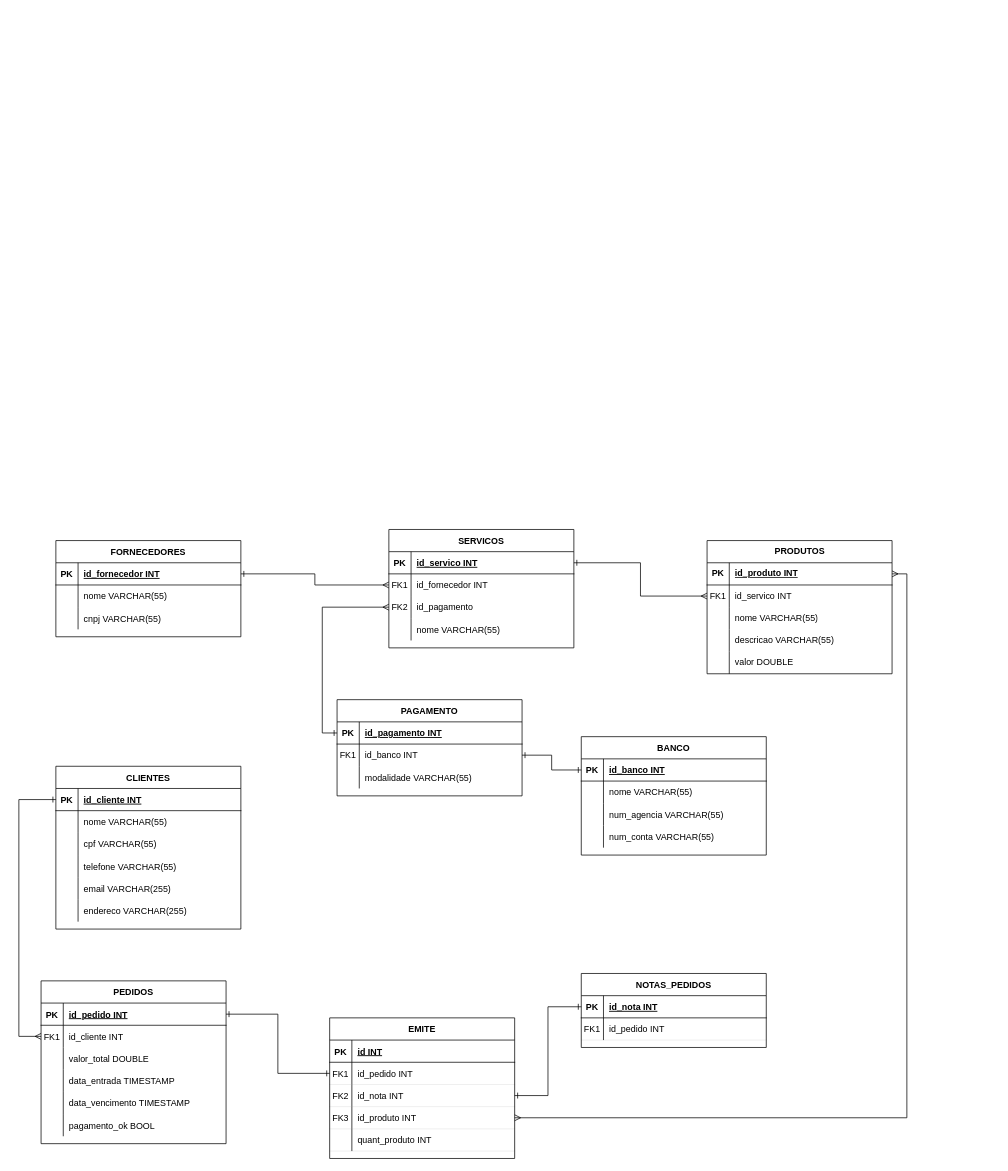
Above: agência_de_turismo.drawio in GustavoSouza123/ERDs (draw.io), before the change. Source tidied: cells renumbered, new cells numbered last; positions are measured from the earlier drawing's top-left corner, leaving out a move shared by most shapes. Both pictures are drawn from the tidied source at 74%, with x=0, y=0 at pixel (18, 529).
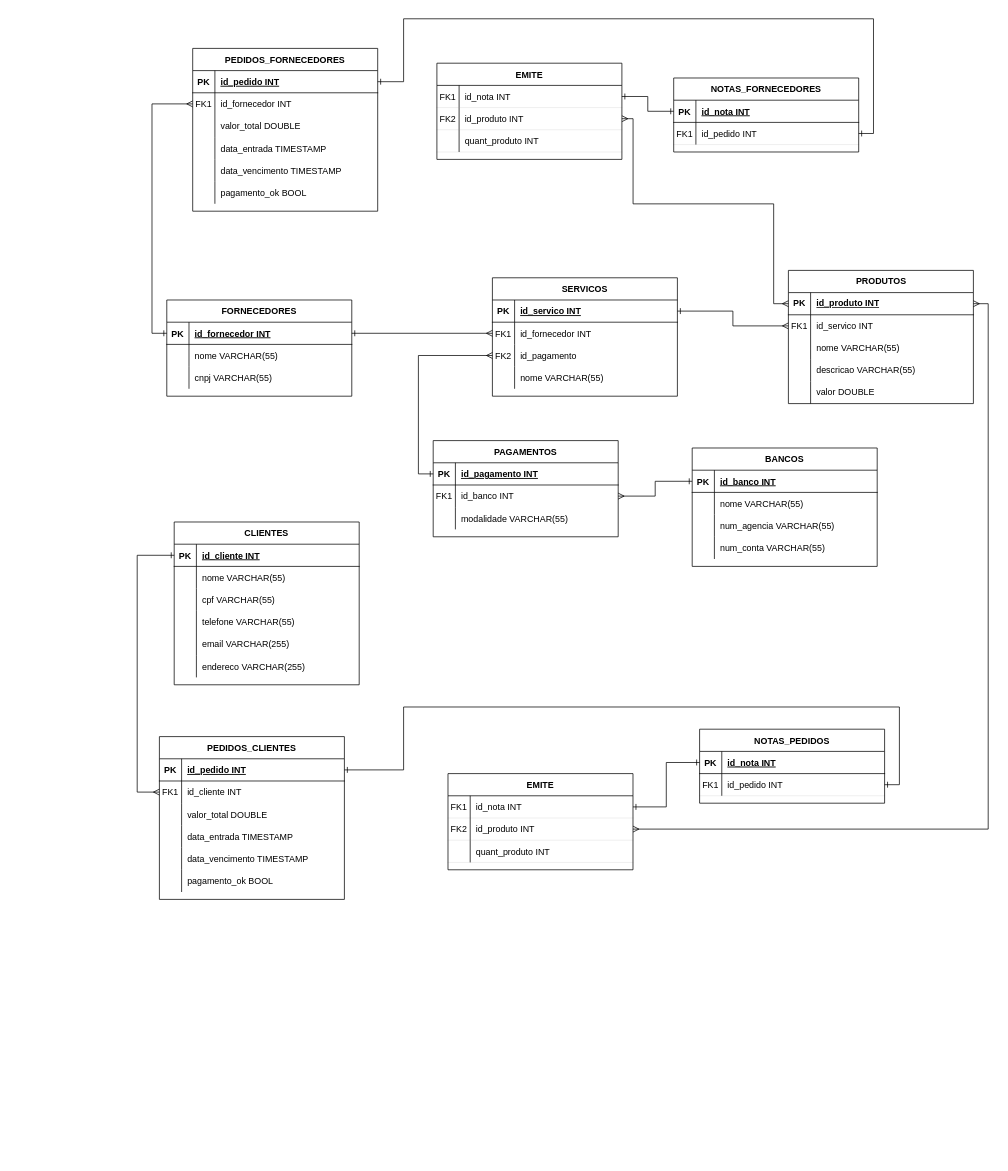
Above is the later version.

Commit message:
fix: pedidos dos fornecedores - agência_de_turismo.drawio

Unchanged cells that the change refers to:
```xml
<mxCell id="3" style="shape=partialRectangle;fillColor=none;points=[[0,0.5],[1,0.5]];portConstraint=eastwest;top=0;left=0;right=0;bottom=1;" parent="2" vertex="1">
  <mxGeometry y="30" width="250" height="30" as="geometry" />
</mxCell>
<mxCell id="26" style="shape=partialRectangle;fillColor=none;points=[[0,0.5],[1,0.5]];portConstraint=eastwest;top=0;left=0;right=0;bottom=1;" parent="25" vertex="1">
  <mxGeometry y="30" width="250" height="30" as="geometry" />
</mxCell>
<mxCell id="48" style="shape=partialRectangle;fillColor=none;points=[[0,0.5],[1,0.5]];portConstraint=eastwest;top=0;left=0;right=0;bottom=0;" parent="44" vertex="1">
  <mxGeometry y="60" width="250" height="30" as="geometry" />
</mxCell>
<mxCell id="58" style="shape=partialRectangle;fillColor=none;points=[[0,0.5],[1,0.5]];portConstraint=eastwest;top=0;left=0;right=0;bottom=1;strokeWidth=0;" parent="54" vertex="1">
  <mxGeometry y="60" width="250" height="30" as="geometry" />
</mxCell>
<mxCell id="62" style="shape=partialRectangle;fillColor=none;points=[[0,0.5],[1,0.5]];portConstraint=eastwest;top=0;left=0;right=0;bottom=1;" parent="61" vertex="1">
  <mxGeometry y="30" width="250" height="30" as="geometry" />
</mxCell>
<mxCell id="75" style="shape=tableRow;horizontal=0;startSize=0;swimlaneHead=0;swimlaneBody=0;fillColor=none;points=[[0,0.5],[1,0.5]];portConstraint=eastwest;top=0;left=0;right=0;bottom=1;" parent="74" vertex="1">
  <mxGeometry y="30" width="250" height="30" as="geometry" />
</mxCell>
<mxCell id="91" style="shape=partialRectangle;fillColor=none;points=[[0,0.5],[1,0.5]];portConstraint=eastwest;top=0;left=0;right=0;bottom=1;" parent="90" vertex="1">
  <mxGeometry y="30" width="250" height="30" as="geometry" />
</mxCell>
<mxCell id="94" style="shape=partialRectangle;fillColor=none;points=[[0,0.5],[1,0.5]];portConstraint=eastwest;top=0;left=0;right=0;bottom=0;" parent="90" vertex="1">
  <mxGeometry y="60" width="250" height="30" as="geometry" />
</mxCell>
```

Change to the diagram source:
```diff
@@
     <mxCell id="2" value="FORNECEDORES" style="shape=table;startSize=30;childLayout=tableLayout;rowLines=0;fontStyle=1;align=center;" parent="1" vertex="1">
-      <mxGeometry x="50" y="15" width="250" height="130" as="geometry" />
+      <mxGeometry x="199.9" y="-310.1" width="250" height="130" as="geometry" />
     </mxCell>
@@
     <mxCell id="12" value="SERVICOS" style="shape=table;startSize=30;childLayout=tableLayout;rowLines=0;fontStyle=1;align=center;" parent="1" vertex="1">
-      <mxGeometry x="500" width="250" height="160" as="geometry" />
+      <mxGeometry x="639.9" y="-340.1" width="250" height="160" as="geometry" />
     </mxCell>
@@
     <mxCell id="25" value="CLIENTES" style="shape=table;startSize=30;childLayout=tableLayout;rowLines=0;fontStyle=1;align=center;" parent="1" vertex="1">
-      <mxGeometry x="50" y="320" width="250" height="220" as="geometry" />
+      <mxGeometry x="209.9" y="-10.1" width="250" height="220" as="geometry" />
     </mxCell>
@@
-    <mxCell id="44" value="PAGAMENTO" style="shape=table;startSize=30;childLayout=tableLayout;rowLines=0;fontStyle=1;align=center;" parent="1" vertex="1">
-      <mxGeometry x="430" y="230" width="250" height="130" as="geometry" />
+    <mxCell id="44" value="PAGAMENTOS" style="shape=table;startSize=30;childLayout=tableLayout;rowLines=0;fontStyle=1;align=center;" parent="1" vertex="1">
+      <mxGeometry x="559.9" y="-120.1" width="250" height="130" as="geometry" />
     </mxCell>
@@
     <mxCell id="54" value="NOTAS_PEDIDOS" style="shape=table;startSize=30;childLayout=tableLayout;rowLines=0;fontStyle=1;align=center;" parent="1" vertex="1">
-      <mxGeometry x="760" y="600" width="250" height="100" as="geometry" />
+      <mxGeometry x="919.9" y="269.9" width="250" height="100" as="geometry" />
     </mxCell>
@@
-    <mxCell id="61" value="BANCO" style="shape=table;startSize=30;childLayout=tableLayout;rowLines=0;fontStyle=1;align=center;" parent="1" vertex="1">
-      <mxGeometry x="760" y="280" width="250" height="160" as="geometry" />
+    <mxCell id="61" value="BANCOS" style="shape=table;startSize=30;childLayout=tableLayout;rowLines=0;fontStyle=1;align=center;" parent="1" vertex="1">
+      <mxGeometry x="909.9" y="-110.1" width="250" height="160" as="geometry" />
     </mxCell>
@@
     <mxCell id="74" value="PRODUTOS" style="shape=table;startSize=30;childLayout=tableLayout;rowLines=0;fontStyle=1;align=center;html=1;" parent="1" vertex="1">
-      <mxGeometry x="930" y="15" width="250" height="180" as="geometry" />
+      <mxGeometry x="1039.9" y="-350.1" width="250" height="180" as="geometry" />
     </mxCell>
@@
-    <mxCell id="90" value="PEDIDOS" style="shape=table;startSize=30;childLayout=tableLayout;rowLines=0;fontStyle=1;align=center;" parent="1" vertex="1">
-      <mxGeometry x="30" y="610" width="250" height="220" as="geometry" />
+    <mxCell id="90" value="PEDIDOS_CLIENTES" style="shape=table;startSize=30;childLayout=tableLayout;rowLines=0;fontStyle=1;align=center;" parent="1" vertex="1">
+      <mxGeometry x="189.9" y="279.9" width="250" height="220" as="geometry" />
     </mxCell>
@@
     <mxCell id="109" style="edgeStyle=orthogonalEdgeStyle;rounded=0;jettySize=auto;html=1;exitX=0;exitY=0.5;exitDx=0;exitDy=0;entryX=0;entryY=0.5;entryDx=0;entryDy=0;startArrow=ERone;startFill=0;endArrow=ERmany;endFill=0;" parent="1" edge="1" source="26" target="94">
       <mxGeometry relative="1" as="geometry">
         <Array as="points">
-          <mxPoint y="365" />
-          <mxPoint y="685" />
+          <mxPoint x="159.9" y="34.9" />
+          <mxPoint x="159.9" y="354.9" />
         </Array>
       </mxGeometry>
     </mxCell>
@@
-    <mxCell id="113" style="edgeStyle=orthogonalEdgeStyle;rounded=0;jettySize=auto;html=1;exitX=1;exitY=0.5;exitDx=0;exitDy=0;entryX=0;entryY=0.5;entryDx=0;entryDy=0;startArrow=ERone;startFill=0;endArrow=ERone;endFill=0;" parent="1" edge="1" source="48" target="62">
+    <mxCell id="113" style="edgeStyle=orthogonalEdgeStyle;rounded=0;jettySize=auto;html=1;exitX=1;exitY=0.5;exitDx=0;exitDy=0;entryX=0;entryY=0.5;entryDx=0;entryDy=0;startArrow=ERmany;startFill=0;endArrow=ERone;endFill=0;" parent="1" edge="1" source="48" target="62">
       <mxGeometry relative="1" as="geometry" />
     </mxCell>
     <mxCell id="114" value="EMITE" style="shape=table;startSize=30;childLayout=tableLayout;rowLines=0;fontStyle=1;align=center;" parent="1" vertex="1">
-      <mxGeometry x="420" y="660" width="250" height="190" as="geometry" />
+      <mxGeometry x="579.9" y="329.9" width="250" height="130" as="geometry" />
     </mxCell>
-    <mxCell id="115" style="shape=partialRectangle;fillColor=none;top=0;left=0;right=0;bottom=1;" parent="114" vertex="1">
-      <mxGeometry y="30" width="250" height="30" as="geometry" />
-    </mxCell>
-    <mxCell id="116" value="PK" style="shape=partialRectangle;overflow=hidden;fillColor=none;top=0;left=0;bottom=0;right=0;fontStyle=1;" parent="115" vertex="1">
-      <mxGeometry width="30" height="30" as="geometry" />
-    </mxCell>
-    <mxCell id="117" value="id INT" style="shape=partialRectangle;overflow=hidden;fillColor=none;top=0;left=0;bottom=0;right=0;align=left;spacingLeft=6;fontStyle=5;" parent="115" vertex="1">
-      <mxGeometry x="30" width="220" height="30" as="geometry" />
-    </mxCell>
-    <mxCell id="118" style="shape=partialRectangle;fillColor=none;points=[[0,0.5],[1,0.5]];portConstraint=eastwest;top=0;left=0;right=0;bottom=1;strokeWidth=0;" parent="114" vertex="1">
-      <mxGeometry y="60" width="250" height="30" as="geometry" />
-    </mxCell>
-    <mxCell id="119" value="FK1" style="shape=partialRectangle;overflow=hidden;fillColor=none;top=0;left=0;bottom=0;right=0;fontStyle=0;" parent="118" vertex="1">
-      <mxGeometry width="30" height="30" as="geometry" />
-    </mxCell>
-    <mxCell id="120" value="id_pedido INT" style="shape=partialRectangle;overflow=hidden;fillColor=none;top=0;left=0;bottom=0;right=0;align=left;spacingLeft=6;fontStyle=0;" parent="118" vertex="1">
-      <mxGeometry x="30" width="220" height="30" as="geometry" />
-    </mxCell>
     <mxCell id="121" style="shape=partialRectangle;fillColor=none;points=[[0,0.5],[1,0.5]];portConstraint=eastwest;top=0;left=0;right=0;bottom=1;strokeWidth=0;" parent="114" vertex="1">
-      <mxGeometry y="90" width="250" height="30" as="geometry" />
+      <mxGeometry y="30" width="250" height="30" as="geometry" />
     </mxCell>
-    <mxCell id="122" value="FK2" style="shape=partialRectangle;overflow=hidden;fillColor=none;top=0;left=0;bottom=0;right=0;fontStyle=0;" parent="121" vertex="1">
+    <mxCell id="122" value="FK1" style="shape=partialRectangle;overflow=hidden;fillColor=none;top=0;left=0;bottom=0;right=0;fontStyle=0;" parent="121" vertex="1">
       <mxGeometry width="30" height="30" as="geometry" />
     </mxCell>
@@
     <mxCell id="124" style="shape=partialRectangle;fillColor=none;points=[[0,0.5],[1,0.5]];portConstraint=eastwest;top=0;left=0;right=0;bottom=1;strokeWidth=0;" parent="114" vertex="1">
-      <mxGeometry y="120" width="250" height="30" as="geometry" />
+      <mxGeometry y="60" width="250" height="30" as="geometry" />
     </mxCell>
-    <mxCell id="125" value="FK3" style="shape=partialRectangle;overflow=hidden;fillColor=none;top=0;left=0;bottom=0;right=0;fontStyle=0;" parent="124" vertex="1">
+    <mxCell id="125" value="FK2" style="shape=partialRectangle;overflow=hidden;fillColor=none;top=0;left=0;bottom=0;right=0;fontStyle=0;" parent="124" vertex="1">
       <mxGeometry width="30" height="30" as="geometry" />
     </mxCell>
@@
     <mxCell id="127" style="shape=partialRectangle;fillColor=none;top=0;left=0;right=0;bottom=1;strokeWidth=0;" parent="114" vertex="1">
-      <mxGeometry y="150" width="250" height="30" as="geometry" />
+      <mxGeometry y="90" width="250" height="30" as="geometry" />
     </mxCell>
@@
-    <mxCell id="130" style="edgeStyle=orthogonalEdgeStyle;rounded=0;jettySize=auto;html=1;exitX=1;exitY=0.5;exitDx=0;exitDy=0;endArrow=ERone;endFill=0;startArrow=ERone;startFill=0;" parent="1" edge="1" source="91" target="118">
-      <mxGeometry relative="1" as="geometry" />
-    </mxCell>
@@
+    <mxCell id="133" value="PEDIDOS_FORNECEDORES" style="shape=table;startSize=30;childLayout=tableLayout;rowLines=0;fontStyle=1;align=center;" parent="1" vertex="1">
+      <mxGeometry x="234.9" y="-650.1" width="250" height="220" as="geometry" />
+    </mxCell>
+    <mxCell id="134" style="shape=partialRectangle;fillColor=none;points=[[0,0.5],[1,0.5]];portConstraint=eastwest;top=0;left=0;right=0;bottom=1;" parent="133" vertex="1">
+      <mxGeometry y="30" width="250" height="30" as="geometry" />
+    </mxCell>
+    <mxCell id="135" value="PK" style="shape=partialRectangle;overflow=hidden;fillColor=none;top=0;left=0;bottom=0;right=0;fontStyle=1;" parent="134" vertex="1">
+      <mxGeometry width="30" height="30" as="geometry" />
+    </mxCell>
+    <mxCell id="136" value="id_pedido INT" style="shape=partialRectangle;overflow=hidden;fillColor=none;top=0;left=0;bottom=0;right=0;align=left;spacingLeft=6;fontStyle=5;" parent="134" vertex="1">
+      <mxGeometry x="30" width="220" height="30" as="geometry" />
+    </mxCell>
+    <mxCell id="137" style="shape=partialRectangle;fillColor=none;points=[[0,0.5],[1,0.5]];portConstraint=eastwest;top=0;left=0;right=0;bottom=0;" parent="133" vertex="1">
+      <mxGeometry y="60" width="250" height="30" as="geometry" />
+    </mxCell>
+    <mxCell id="138" value="FK1" style="shape=partialRectangle;overflow=hidden;fillColor=none;top=0;left=0;bottom=0;right=0;" parent="137" vertex="1">
+      <mxGeometry width="30" height="30" as="geometry" />
+    </mxCell>
+    <mxCell id="139" value="id_fornecedor INT" style="shape=partialRectangle;overflow=hidden;fillColor=none;top=0;left=0;bottom=0;right=0;align=left;spacingLeft=6;" parent="137" vertex="1">
+      <mxGeometry x="30" width="220" height="30" as="geometry" />
+    </mxCell>
+    <mxCell id="140" style="shape=partialRectangle;fillColor=none;top=0;left=0;right=0;bottom=0;" parent="133" vertex="1">
+      <mxGeometry y="90" width="250" height="30" as="geometry" />
+    </mxCell>
+    <mxCell id="141" style="shape=partialRectangle;overflow=hidden;fillColor=none;top=0;left=0;bottom=0;right=0;" parent="140" vertex="1">
+      <mxGeometry width="30" height="30" as="geometry" />
+    </mxCell>
+    <mxCell id="142" value="valor_total DOUBLE" style="shape=partialRectangle;overflow=hidden;fillColor=none;top=0;left=0;bottom=0;right=0;align=left;spacingLeft=6;" parent="140" vertex="1">
+      <mxGeometry x="30" width="220" height="30" as="geometry" />
+    </mxCell>
+    <mxCell id="143" style="shape=partialRectangle;fillColor=none;top=0;left=0;right=0;bottom=0;" parent="133" vertex="1">
+      <mxGeometry y="120" width="250" height="30" as="geometry" />
+    </mxCell>
+    <mxCell id="144" style="shape=partialRectangle;overflow=hidden;fillColor=none;top=0;left=0;bottom=0;right=0;" parent="143" vertex="1">
+      <mxGeometry width="30" height="30" as="geometry" />
+    </mxCell>
+    <mxCell id="145" value="data_entrada TIMESTAMP" style="shape=partialRectangle;overflow=hidden;fillColor=none;top=0;left=0;bottom=0;right=0;align=left;spacingLeft=6;" parent="143" vertex="1">
+      <mxGeometry x="30" width="220" height="30" as="geometry" />
+    </mxCell>
+    <mxCell id="146" style="shape=partialRectangle;fillColor=none;top=0;left=0;right=0;bottom=0;" parent="133" vertex="1">
+      <mxGeometry y="150" width="250" height="30" as="geometry" />
+    </mxCell>
+    <mxCell id="147" style="shape=partialRectangle;overflow=hidden;fillColor=none;top=0;left=0;bottom=0;right=0;" parent="146" vertex="1">
+      <mxGeometry width="30" height="30" as="geometry" />
+    </mxCell>
+    <mxCell id="148" value="data_vencimento TIMESTAMP" style="shape=partialRectangle;overflow=hidden;fillColor=none;top=0;left=0;bottom=0;right=0;align=left;spacingLeft=6;" parent="146" vertex="1">
+      <mxGeometry x="30" width="220" height="30" as="geometry" />
+    </mxCell>
+    <mxCell id="149" style="shape=partialRectangle;fillColor=none;top=0;left=0;right=0;bottom=0;" parent="133" vertex="1">
+      <mxGeometry y="180" width="250" height="30" as="geometry" />
+    </mxCell>
+    <mxCell id="150" style="shape=partialRectangle;overflow=hidden;fillColor=none;top=0;left=0;bottom=0;right=0;" parent="149" vertex="1">
+      <mxGeometry width="30" height="30" as="geometry" />
+    </mxCell>
+    <mxCell id="151" value="pagamento_ok BOOL" style="shape=partialRectangle;overflow=hidden;fillColor=none;top=0;left=0;bottom=0;right=0;align=left;spacingLeft=6;" parent="149" vertex="1">
+      <mxGeometry x="30" width="220" height="30" as="geometry" />
+    </mxCell>
+    <mxCell id="152" value="EMITE" style="shape=table;startSize=30;childLayout=tableLayout;rowLines=0;fontStyle=1;align=center;" parent="1" vertex="1">
+      <mxGeometry x="564.9" y="-630.1" width="250" height="130" as="geometry" />
+    </mxCell>
+    <mxCell id="153" style="shape=partialRectangle;fillColor=none;points=[[0,0.5],[1,0.5]];portConstraint=eastwest;top=0;left=0;right=0;bottom=1;strokeWidth=0;" parent="152" vertex="1">
+      <mxGeometry y="30" width="250" height="30" as="geometry" />
+    </mxCell>
+    <mxCell id="154" value="FK1" style="shape=partialRectangle;overflow=hidden;fillColor=none;top=0;left=0;bottom=0;right=0;fontStyle=0;" parent="153" vertex="1">
+      <mxGeometry width="30" height="30" as="geometry" />
+    </mxCell>
+    <mxCell id="155" value="id_nota INT" style="shape=partialRectangle;overflow=hidden;fillColor=none;top=0;left=0;bottom=0;right=0;align=left;spacingLeft=6;fontStyle=0;" parent="153" vertex="1">
+      <mxGeometry x="30" width="220" height="30" as="geometry" />
+    </mxCell>
+    <mxCell id="156" style="shape=partialRectangle;fillColor=none;points=[[0,0.5],[1,0.5]];portConstraint=eastwest;top=0;left=0;right=0;bottom=1;strokeWidth=0;" parent="152" vertex="1">
+      <mxGeometry y="60" width="250" height="30" as="geometry" />
+    </mxCell>
+    <mxCell id="157" value="FK2" style="shape=partialRectangle;overflow=hidden;fillColor=none;top=0;left=0;bottom=0;right=0;fontStyle=0;" parent="156" vertex="1">
+      <mxGeometry width="30" height="30" as="geometry" />
+    </mxCell>
+    <mxCell id="158" value="id_produto INT" style="shape=partialRectangle;overflow=hidden;fillColor=none;top=0;left=0;bottom=0;right=0;align=left;spacingLeft=6;fontStyle=0;" parent="156" vertex="1">
+      <mxGeometry x="30" width="220" height="30" as="geometry" />
+    </mxCell>
+    <mxCell id="159" style="shape=partialRectangle;fillColor=none;top=0;left=0;right=0;bottom=1;strokeWidth=0;" parent="152" vertex="1">
+      <mxGeometry y="90" width="250" height="30" as="geometry" />
+    </mxCell>
+    <mxCell id="160" style="shape=partialRectangle;overflow=hidden;fillColor=none;top=0;left=0;bottom=0;right=0;fontStyle=0;" parent="159" vertex="1">
+      <mxGeometry width="30" height="30" as="geometry" />
+    </mxCell>
+    <mxCell id="161" value="quant_produto INT" style="shape=partialRectangle;overflow=hidden;fillColor=none;top=0;left=0;bottom=0;right=0;align=left;spacingLeft=6;fontStyle=0;" parent="159" vertex="1">
+      <mxGeometry x="30" width="220" height="30" as="geometry" />
+    </mxCell>
+    <mxCell id="162" value="NOTAS_FORNECEDORES" style="shape=table;startSize=30;childLayout=tableLayout;rowLines=0;fontStyle=1;align=center;" parent="1" vertex="1">
+      <mxGeometry x="884.9" y="-610.1" width="250" height="100" as="geometry" />
+    </mxCell>
+    <mxCell id="163" style="shape=partialRectangle;fillColor=none;points=[[0,0.5],[1,0.5]];portConstraint=eastwest;top=0;left=0;right=0;bottom=1;" parent="162" vertex="1">
+      <mxGeometry y="30" width="250" height="30" as="geometry" />
+    </mxCell>
+    <mxCell id="164" value="PK" style="shape=partialRectangle;overflow=hidden;fillColor=none;top=0;left=0;bottom=0;right=0;fontStyle=1;" parent="163" vertex="1">
+      <mxGeometry width="30" height="30" as="geometry" />
+    </mxCell>
+    <mxCell id="165" value="id_nota INT" style="shape=partialRectangle;overflow=hidden;fillColor=none;top=0;left=0;bottom=0;right=0;align=left;spacingLeft=6;fontStyle=5;" parent="163" vertex="1">
+      <mxGeometry x="30" width="220" height="30" as="geometry" />
+    </mxCell>
+    <mxCell id="166" style="shape=partialRectangle;fillColor=none;points=[[0,0.5],[1,0.5]];portConstraint=eastwest;top=0;left=0;right=0;bottom=1;strokeWidth=0;" parent="162" vertex="1">
+      <mxGeometry y="60" width="250" height="30" as="geometry" />
+    </mxCell>
+    <mxCell id="167" value="FK1" style="shape=partialRectangle;overflow=hidden;fillColor=none;top=0;left=0;bottom=0;right=0;fontStyle=0;" parent="166" vertex="1">
+      <mxGeometry width="30" height="30" as="geometry" />
+    </mxCell>
+    <mxCell id="120" value="id_pedido INT" style="shape=partialRectangle;overflow=hidden;fillColor=none;top=0;left=0;bottom=0;right=0;align=left;spacingLeft=6;fontStyle=0;" parent="166" vertex="1">
+      <mxGeometry x="30" width="220" height="30" as="geometry" />
+    </mxCell>
+    <mxCell id="168" style="edgeStyle=orthogonalEdgeStyle;rounded=0;jettySize=auto;html=1;exitX=0;exitY=0.5;exitDx=0;exitDy=0;entryX=0;entryY=0.5;entryDx=0;entryDy=0;endArrow=ERmany;endFill=0;startArrow=ERone;startFill=0;" parent="1" edge="1" source="3" target="137">
+      <mxGeometry relative="1" as="geometry" />
+    </mxCell>
+    <mxCell id="169" style="edgeStyle=orthogonalEdgeStyle;rounded=0;jettySize=auto;html=1;exitX=0;exitY=0.5;exitDx=0;exitDy=0;entryX=1;entryY=0.5;entryDx=0;entryDy=0;endArrow=ERone;endFill=0;startArrow=ERone;startFill=0;" parent="1" edge="1" source="163" target="153">
+      <mxGeometry relative="1" as="geometry" />
+    </mxCell>
+    <mxCell id="170" style="edgeStyle=orthogonalEdgeStyle;rounded=0;jettySize=auto;html=1;exitX=1;exitY=0.5;exitDx=0;exitDy=0;entryX=1;entryY=0.5;entryDx=0;entryDy=0;endArrow=ERone;endFill=0;startArrow=ERone;startFill=0;" parent="1" edge="1" source="134" target="166">
+      <mxGeometry relative="1" as="geometry">
+        <Array as="points">
+          <mxPoint x="519.9" y="-605.1" />
+          <mxPoint x="519.9" y="-690.1" />
+          <mxPoint x="1154.9" y="-690.1" />
+          <mxPoint x="1154.9" y="-535.1" />
+        </Array>
+      </mxGeometry>
+    </mxCell>
+    <mxCell id="171" style="edgeStyle=orthogonalEdgeStyle;rounded=0;jettySize=auto;html=1;exitX=1;exitY=0.5;exitDx=0;exitDy=0;entryX=1;entryY=0.5;entryDx=0;entryDy=0;endArrow=ERone;endFill=0;startArrow=ERone;startFill=0;" parent="1" edge="1" source="91" target="58">
+      <mxGeometry relative="1" as="geometry">
+        <Array as="points">
+          <mxPoint x="519.9" y="324.9" />
+          <mxPoint x="519.9" y="239.9" />
+          <mxPoint x="1189.9" y="239.9" />
+          <mxPoint x="1189.9" y="344.9" />
+        </Array>
+      </mxGeometry>
+    </mxCell>
+    <mxCell id="172" style="edgeStyle=orthogonalEdgeStyle;rounded=0;jettySize=auto;html=1;exitX=1;exitY=0.5;exitDx=0;exitDy=0;entryX=0;entryY=0.5;entryDx=0;entryDy=0;endArrow=ERmany;endFill=0;startArrow=ERmany;startFill=0;" parent="1" edge="1" source="156" target="75">
+      <mxGeometry relative="1" as="geometry">
+        <Array as="points">
+          <mxPoint x="830" y="-555" />
+          <mxPoint x="830" y="-440" />
+          <mxPoint x="1020" y="-440" />
+          <mxPoint x="1020" y="-305" />
+        </Array>
+      </mxGeometry>
+    </mxCell>
```
